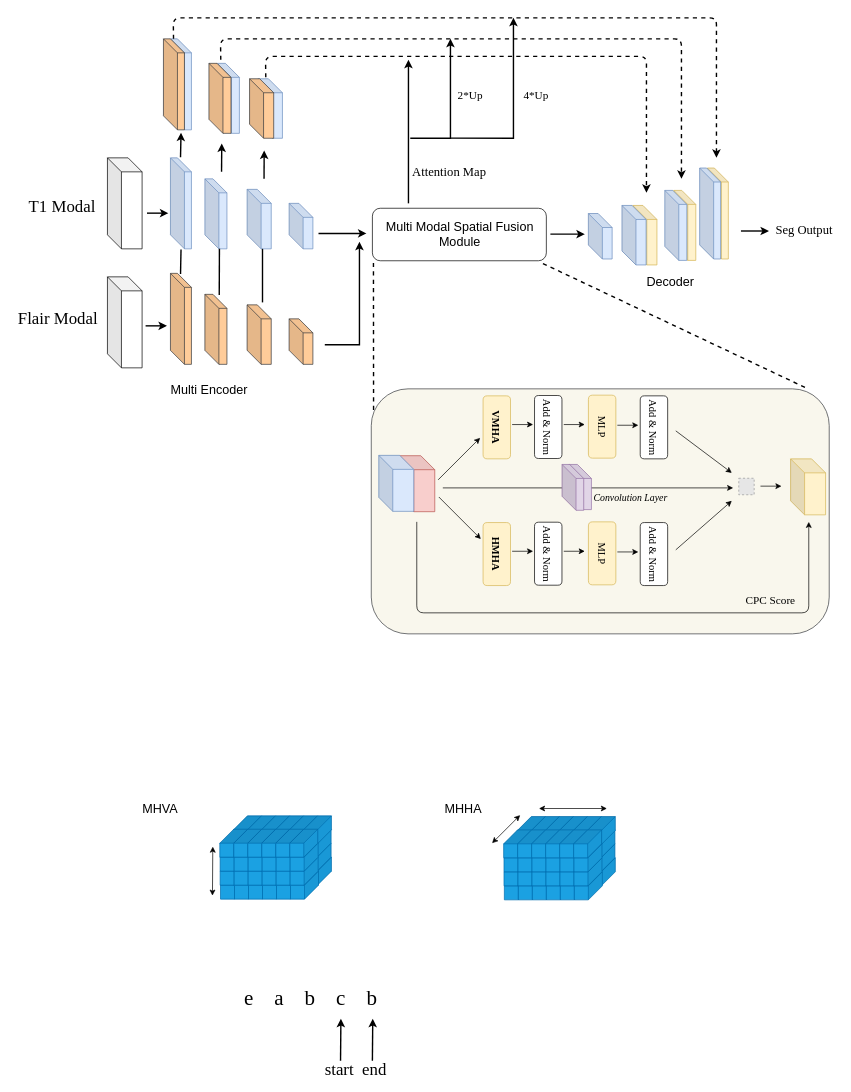
Earlier version of the draw.io diagram image_spatial_transformer.drawio (920232796/test). Source tidied: cells renumbered, new cells numbered last; positions are measured from the earlier drawing's top-left corner, leaving out a move shared by most shapes. Both pictures are drawn from the tidied source at 70%, with x=0, y=0 at pixel (12, 18). Pictures stored in the file or linked from it are replaced by grey dashed boxes.
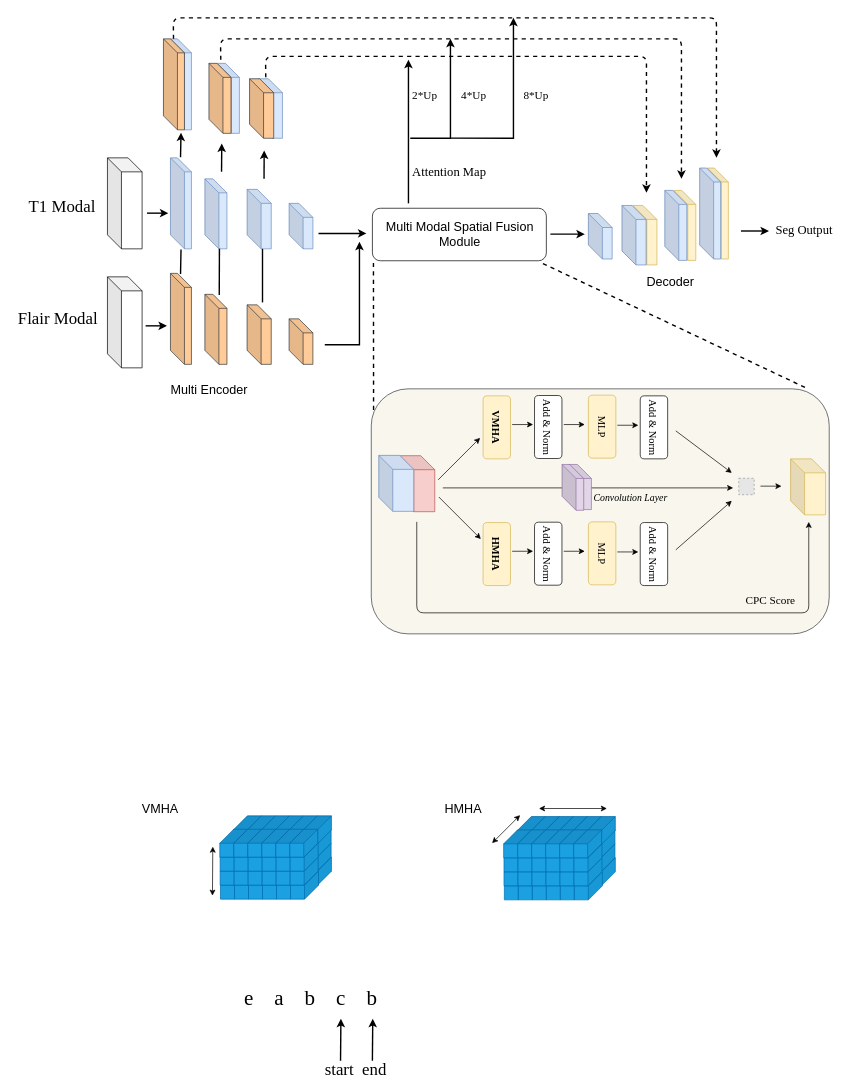
Above is the later version.

Change to the diagram source:
```diff
@@
-    <mxCell id="40" value="&lt;font style=&quot;font-size: 18px&quot;&gt;MHVA&lt;/font&gt;" style="text;html=1;align=center;verticalAlign=middle;strokeColor=none;fillColor=none;" parent="1" vertex="1">
+    <mxCell id="40" value="&lt;font style=&quot;font-size: 18px&quot;&gt;VMHA&lt;/font&gt;" style="text;html=1;align=center;verticalAlign=middle;strokeColor=none;fillColor=none;" parent="1" vertex="1">
       <mxGeometry x="176" y="1120" width="70" height="20" as="geometry" />
     </mxCell>
@@
-    <mxCell id="121" value="&lt;font style=&quot;font-size: 18px&quot;&gt;MHHA&lt;/font&gt;" style="text;html=1;align=center;verticalAlign=middle;strokeColor=none;fillColor=none;" parent="1" vertex="1">
+    <mxCell id="121" value="&lt;font style=&quot;font-size: 18px&quot;&gt;HMHA&lt;/font&gt;" style="text;html=1;align=center;verticalAlign=middle;strokeColor=none;fillColor=none;" parent="1" vertex="1">
       <mxGeometry x="608.5" y="1120" width="70" height="20" as="geometry" />
     </mxCell>
@@
     <mxCell id="186" value="2*Up" style="text;html=1;align=center;verticalAlign=middle;strokeColor=none;fillColor=none;fontSize=16;fontFamily=Times New Roman;fontColor=#000000;" parent="1" vertex="1">
-      <mxGeometry x="628.5" y="100" width="50" height="20" as="geometry" />
+      <mxGeometry x="563.5" y="100" width="50" height="20" as="geometry" />
     </mxCell>
@@
     <mxCell id="188" value="4*Up" style="text;html=1;align=center;verticalAlign=middle;strokeColor=none;fillColor=none;fontSize=16;fontFamily=Times New Roman;fontColor=#000000;" parent="1" vertex="1">
-      <mxGeometry x="723" y="100" width="50" height="20" as="geometry" />
+      <mxGeometry x="633.5" y="100" width="50" height="20" as="geometry" />
     </mxCell>
@@
+    <mxCell id="190" value="8*Up" style="text;html=1;align=center;verticalAlign=middle;strokeColor=none;fillColor=none;fontSize=16;fontFamily=Times New Roman;fontColor=#000000;" parent="1" vertex="1">
+      <mxGeometry x="723" y="100" width="50" height="20" as="geometry" />
+    </mxCell>
```
